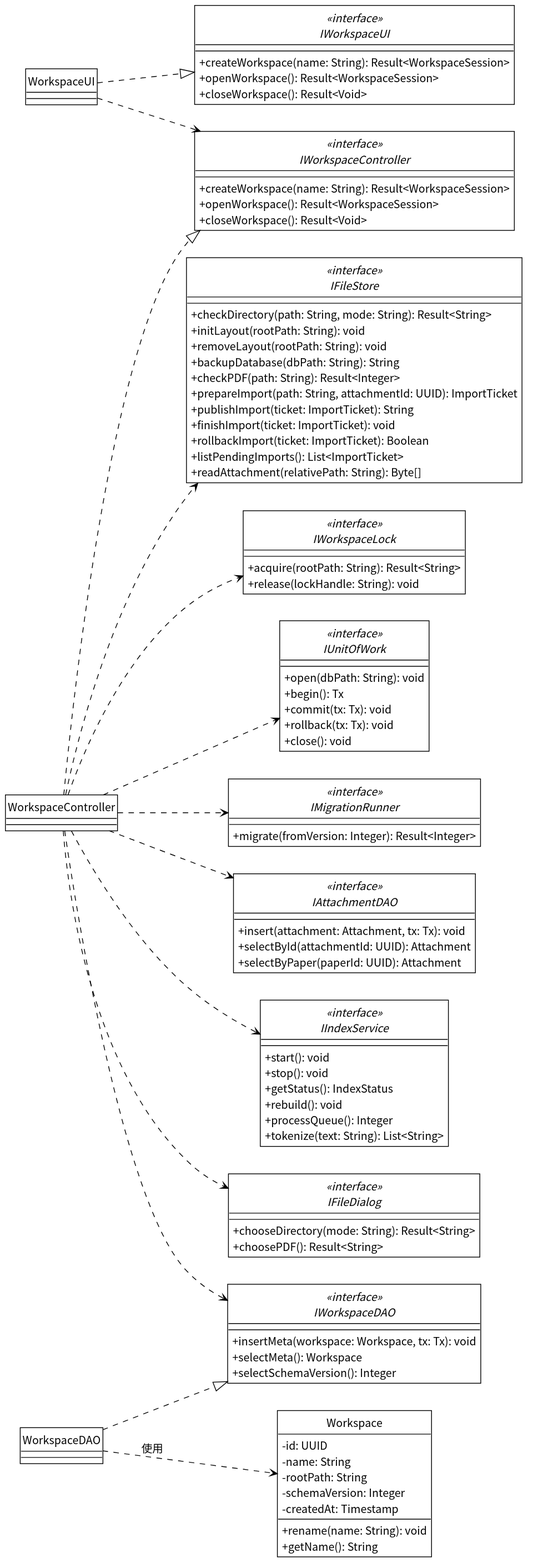
This is docs/SE_Experiment/design/figures/components-uc01.svg from AlanRosston/labloom, a PlantUML export, as it was before one commit. The source it was exported from:
```plantuml
@startuml
!include _style.iuml
left to right direction

interface IWorkspaceUI <<interface>> {
  + createWorkspace(name: String): Result<WorkspaceSession>
  + openWorkspace(): Result<WorkspaceSession>
  + closeWorkspace(): Result<Void>
}
interface IWorkspaceController <<interface>> {
  + createWorkspace(name: String): Result<WorkspaceSession>
  + openWorkspace(): Result<WorkspaceSession>
  + closeWorkspace(): Result<Void>
}
interface IFileDialog <<interface>> {
  + chooseDirectory(mode: String): Result<String>
  + choosePDF(): Result<String>
}
interface IFileStore <<interface>> {
  + checkDirectory(path: String, mode: String): Result<String>
  + initLayout(rootPath: String): void
  + removeLayout(rootPath: String): void
  + backupDatabase(dbPath: String): String
  + checkPDF(path: String): Result<Integer>
  + prepareImport(path: String, attachmentId: UUID): ImportTicket
  + publishImport(ticket: ImportTicket): String
  + finishImport(ticket: ImportTicket): void
  + rollbackImport(ticket: ImportTicket): Boolean
  + listPendingImports(): List<ImportTicket>
  + readAttachment(relativePath: String): Byte[]
}
interface IWorkspaceLock <<interface>> {
  + acquire(rootPath: String): Result<String>
  + release(lockHandle: String): void
}
interface IUnitOfWork <<interface>> {
  + open(dbPath: String): void
  + begin(): Tx
  + commit(tx: Tx): void
  + rollback(tx: Tx): void
  + close(): void
}
interface IMigrationRunner <<interface>> {
  + migrate(fromVersion: Integer): Result<Integer>
}
interface IWorkspaceDAO <<interface>> {
  + insertMeta(workspace: Workspace, tx: Tx): void
  + selectMeta(): Workspace
  + selectSchemaVersion(): Integer
}
interface IAttachmentDAO <<interface>> {
  + insert(attachment: Attachment, tx: Tx): void
  + selectById(attachmentId: UUID): Attachment
  + selectByPaper(paperId: UUID): Attachment
}
interface IIndexService <<interface>> {
  + start(): void
  + stop(): void
  + getStatus(): IndexStatus
  + rebuild(): void
  + processQueue(): Integer
  + tokenize(text: String): List<String>
}
class WorkspaceUI
class WorkspaceController
class WorkspaceDAO
class Workspace {
  - id: UUID
  - name: String
  - rootPath: String
  - schemaVersion: Integer
  - createdAt: Timestamp
  + rename(name: String): void
  + getName(): String
}

WorkspaceUI ..|> IWorkspaceUI
WorkspaceController ..|> IWorkspaceController
WorkspaceDAO ..|> IWorkspaceDAO

WorkspaceUI ..> IWorkspaceController
WorkspaceController ..> IFileDialog
WorkspaceController ..> IFileStore
WorkspaceController ..> IWorkspaceLock
WorkspaceController ..> IUnitOfWork
WorkspaceController ..> IMigrationRunner
WorkspaceController ..> IWorkspaceDAO
WorkspaceController ..> IAttachmentDAO
WorkspaceController ..> IIndexService

WorkspaceDAO ..> Workspace : 使用
@enduml
```
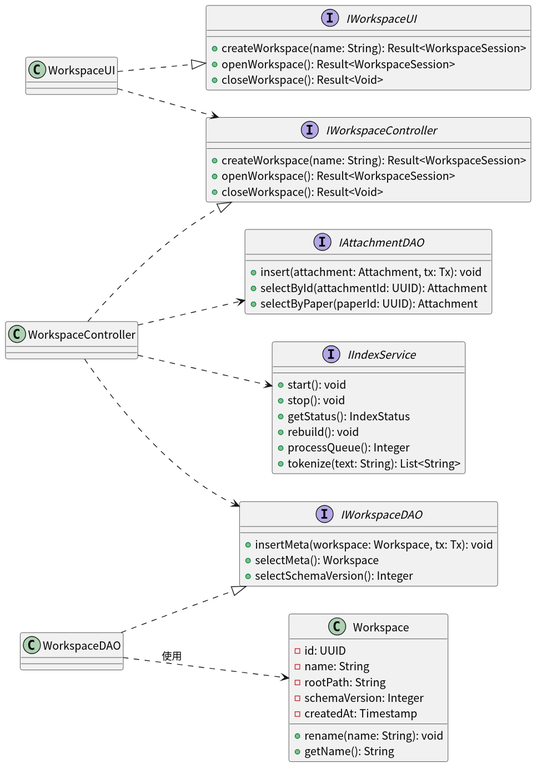
The same diagram one commit later.

Change to the diagram source:
```diff
@@ -1,59 +1,28 @@
 @startuml
-!include _style.iuml
+!include _style_sample.iuml
 left to right direction
 
-interface IWorkspaceUI <<interface>> {
+interface IWorkspaceUI {
   + createWorkspace(name: String): Result<WorkspaceSession>
   + openWorkspace(): Result<WorkspaceSession>
   + closeWorkspace(): Result<Void>
 }
-interface IWorkspaceController <<interface>> {
+interface IWorkspaceController {
   + createWorkspace(name: String): Result<WorkspaceSession>
   + openWorkspace(): Result<WorkspaceSession>
   + closeWorkspace(): Result<Void>
 }
-interface IFileDialog <<interface>> {
-  + chooseDirectory(mode: String): Result<String>
-  + choosePDF(): Result<String>
-}
-interface IFileStore <<interface>> {
-  + checkDirectory(path: String, mode: String): Result<String>
-  + initLayout(rootPath: String): void
-  + removeLayout(rootPath: String): void
-  + backupDatabase(dbPath: String): String
-  + checkPDF(path: String): Result<Integer>
-  + prepareImport(path: String, attachmentId: UUID): ImportTicket
-  + publishImport(ticket: ImportTicket): String
-  + finishImport(ticket: ImportTicket): void
-  + rollbackImport(ticket: ImportTicket): Boolean
-  + listPendingImports(): List<ImportTicket>
-  + readAttachment(relativePath: String): Byte[]
-}
-interface IWorkspaceLock <<interface>> {
-  + acquire(rootPath: String): Result<String>
-  + release(lockHandle: String): void
-}
-interface IUnitOfWork <<interface>> {
-  + open(dbPath: String): void
-  + begin(): Tx
-  + commit(tx: Tx): void
-  + rollback(tx: Tx): void
-  + close(): void
-}
-interface IMigrationRunner <<interface>> {
-  + migrate(fromVersion: Integer): Result<Integer>
-}
-interface IWorkspaceDAO <<interface>> {
+interface IWorkspaceDAO {
   + insertMeta(workspace: Workspace, tx: Tx): void
   + selectMeta(): Workspace
   + selectSchemaVersion(): Integer
 }
-interface IAttachmentDAO <<interface>> {
+interface IAttachmentDAO {
   + insert(attachment: Attachment, tx: Tx): void
   + selectById(attachmentId: UUID): Attachment
   + selectByPaper(paperId: UUID): Attachment
 }
-interface IIndexService <<interface>> {
+interface IIndexService {
   + start(): void
   + stop(): void
   + getStatus(): IndexStatus
@@ -79,11 +48,6 @@
 WorkspaceDAO ..|> IWorkspaceDAO
 
 WorkspaceUI ..> IWorkspaceController
-WorkspaceController ..> IFileDialog
-WorkspaceController ..> IFileStore
-WorkspaceController ..> IWorkspaceLock
-WorkspaceController ..> IUnitOfWork
-WorkspaceController ..> IMigrationRunner
 WorkspaceController ..> IWorkspaceDAO
 WorkspaceController ..> IAttachmentDAO
 WorkspaceController ..> IIndexService
```
